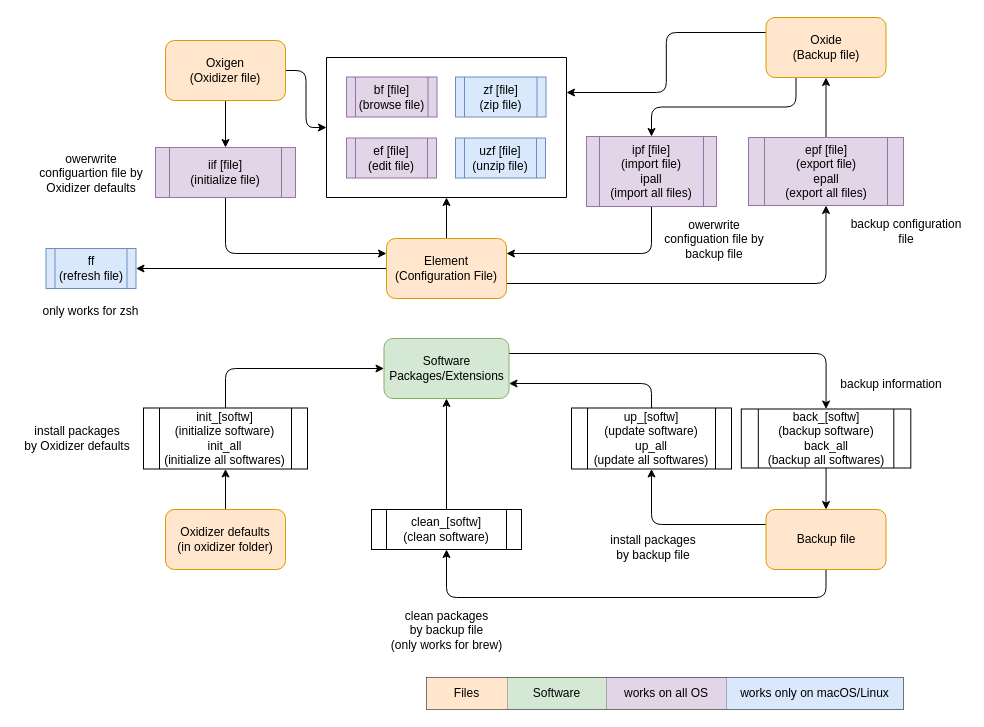
Before: design.drawio in ivaquero/backup, a draw.io diagram. Source tidied: cells renumbered, new cells numbered last; positions are measured from the earlier drawing's top-left corner, leaving out a move shared by most shapes. Both pictures are drawn from the tidied source at 100%, with x=0, y=0 at pixel (16, 17).
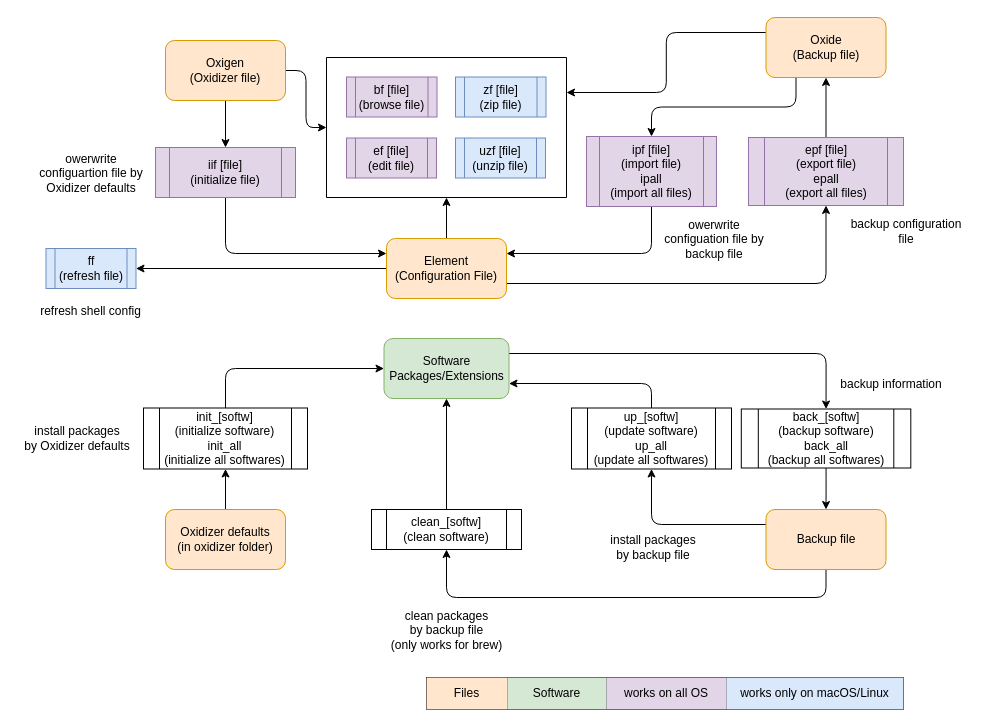
After the change.

Diff of the diagram source:
```diff
@@
-    <mxCell id="38" value="only works for zsh" style="text;html=1;strokeColor=none;fillColor=none;align=center;verticalAlign=middle;whiteSpace=wrap;rounded=0;" parent="1" vertex="1">
+    <mxCell id="38" value="refresh shell config" style="text;html=1;strokeColor=none;fillColor=none;align=center;verticalAlign=middle;whiteSpace=wrap;rounded=0;" parent="1" vertex="1">
       <mxGeometry x="22" y="281" width="105" height="26" as="geometry" />
     </mxCell>
```
